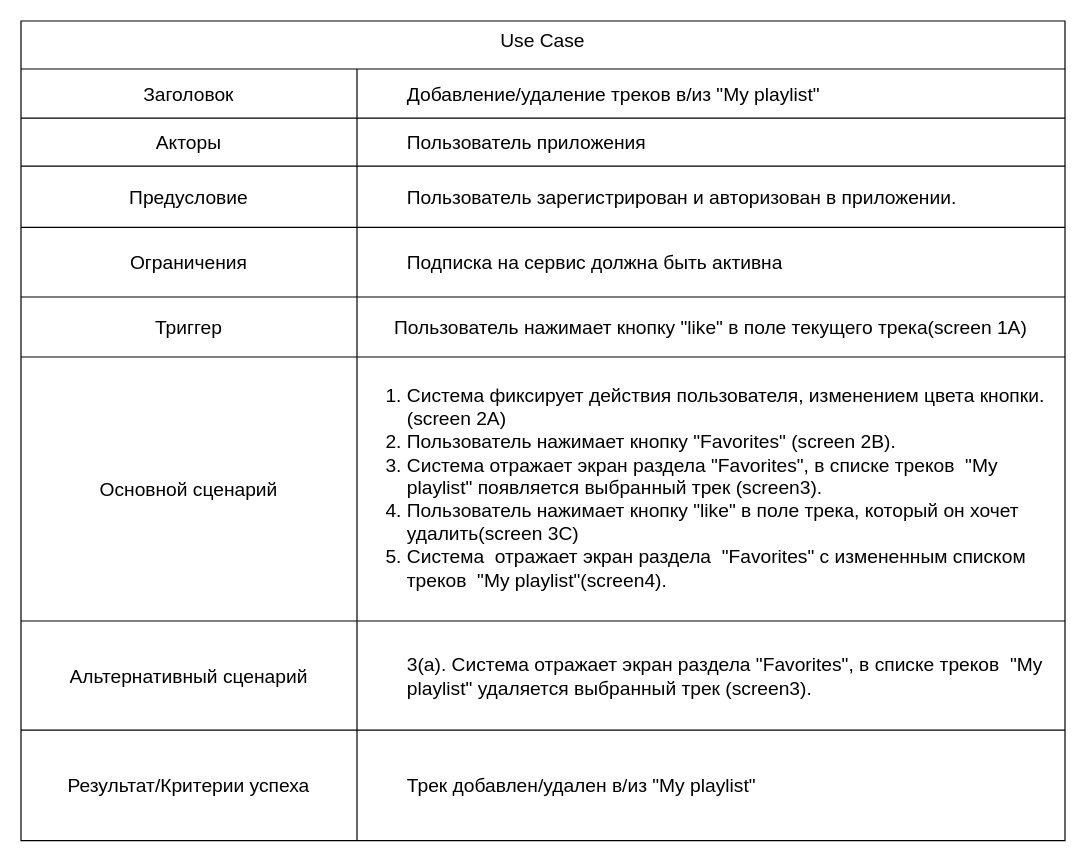
Before: Khalmatova_Kristina/UseCase/UseCase.drawio in abdullahproff/BSA21_1, a draw.io diagram. Source tidied: cells renumbered, new cells numbered last; positions are measured from the earlier drawing's top-left corner, leaving out a move shared by most shapes. Both pictures are drawn from the tidied source at 120%, with x=0, y=0 at pixel (20, 20).
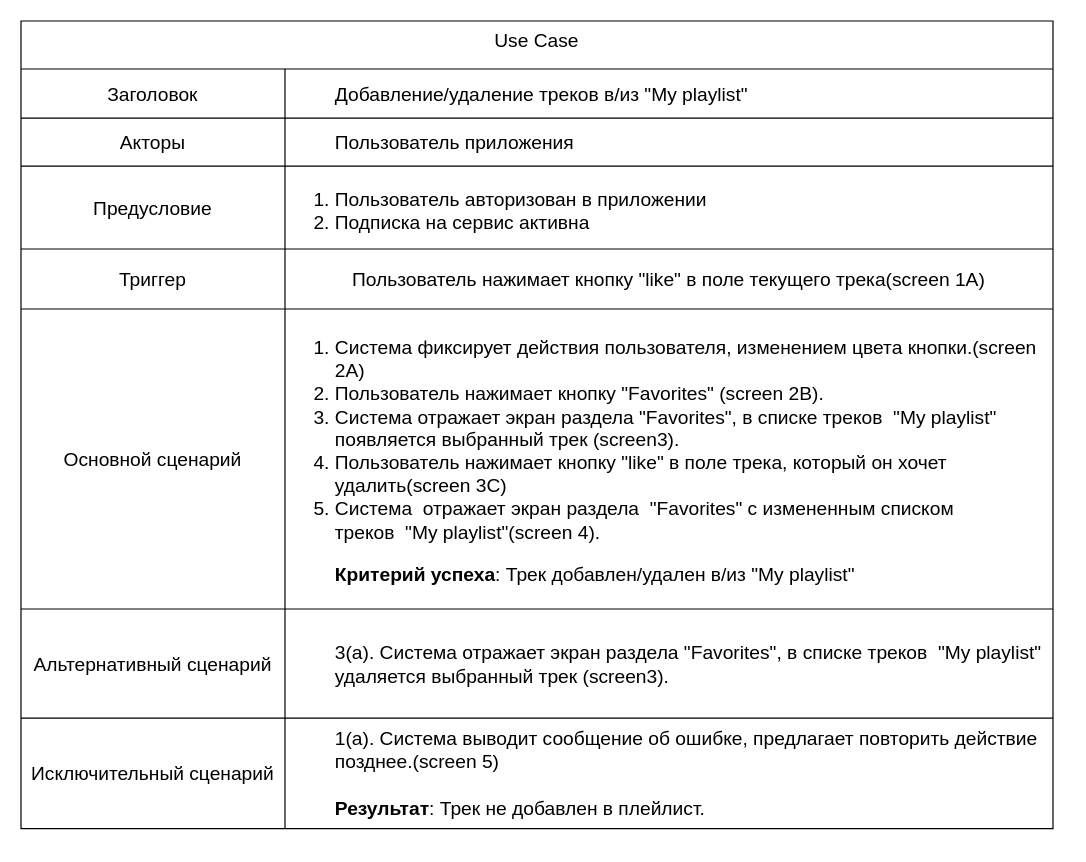
The same page after the edit.

Diff of the diagram source:
```diff
@@
     <mxCell id="2" value="Use Case" style="shape=table;startSize=40;childLayout=tableLayout;strokeColor=default;fontSize=16;verticalAlign=top;" parent="1" vertex="1">
-      <mxGeometry width="870" height="683" as="geometry" />
+      <mxGeometry width="860" height="673" as="geometry" />
     </mxCell>
     <mxCell id="3" style="shape=tableRow;horizontal=0;startSize=0;swimlaneHead=0;swimlaneBody=0;strokeColor=inherit;top=0;left=0;bottom=0;right=0;fillColor=none;fontSize=16;" parent="2" vertex="1">
-      <mxGeometry y="40" width="870" height="41" as="geometry" />
+      <mxGeometry y="40" width="860" height="41" as="geometry" />
     </mxCell>
     <mxCell id="4" value="Заголовок" style="shape=partialRectangle;html=1;whiteSpace=wrap;strokeColor=inherit;overflow=hidden;fillColor=none;top=0;left=0;bottom=0;right=0;fontSize=16;" parent="3" vertex="1">
-      <mxGeometry width="280" height="41" as="geometry" />
+      <mxGeometry width="220" height="41" as="geometry" />
     </mxCell>
     <mxCell id="5" value="&lt;blockquote style=&quot;margin: 0 0 0 40px; border: none; padding: 0px;&quot;&gt;Добавление/удаление треков в/из &quot;My playlist&quot;&amp;nbsp;&lt;/blockquote&gt;" style="shape=partialRectangle;html=1;whiteSpace=wrap;strokeColor=inherit;overflow=hidden;fillColor=none;top=0;left=0;bottom=0;right=0;fontSize=16;align=left;" parent="3" vertex="1">
-      <mxGeometry x="280" width="590" height="41" as="geometry" />
+      <mxGeometry x="220" width="640" height="41" as="geometry" />
     </mxCell>
     <mxCell id="6" style="shape=tableRow;horizontal=0;startSize=0;swimlaneHead=0;swimlaneBody=0;strokeColor=inherit;top=0;left=0;bottom=0;right=0;fillColor=none;fontSize=16;" parent="2" vertex="1">
-      <mxGeometry y="81" width="870" height="40" as="geometry" />
+      <mxGeometry y="81" width="860" height="40" as="geometry" />
     </mxCell>
     <mxCell id="7" value="Акторы" style="shape=partialRectangle;html=1;whiteSpace=wrap;strokeColor=inherit;overflow=hidden;fillColor=none;top=0;left=0;bottom=0;right=0;fontSize=16;" parent="6" vertex="1">
-      <mxGeometry width="280" height="40" as="geometry" />
+      <mxGeometry width="220" height="40" as="geometry" />
     </mxCell>
     <mxCell id="8" value="&lt;blockquote style=&quot;margin: 0 0 0 40px; border: none; padding: 0px;&quot;&gt;Пользователь приложения&lt;/blockquote&gt;" style="shape=partialRectangle;html=1;whiteSpace=wrap;strokeColor=inherit;overflow=hidden;fillColor=none;top=0;left=0;bottom=0;right=0;fontSize=16;align=left;" parent="6" vertex="1">
-      <mxGeometry x="280" width="590" height="40" as="geometry" />
+      <mxGeometry x="220" width="640" height="40" as="geometry" />
     </mxCell>
     <mxCell id="9" style="shape=tableRow;horizontal=0;startSize=0;swimlaneHead=0;swimlaneBody=0;strokeColor=inherit;top=0;left=0;bottom=0;right=0;fillColor=none;fontSize=16;" parent="2" vertex="1">
-      <mxGeometry y="121" width="870" height="51" as="geometry" />
+      <mxGeometry y="121" width="860" height="69" as="geometry" />
     </mxCell>
     <mxCell id="10" value="Предусловие" style="shape=partialRectangle;html=1;whiteSpace=wrap;strokeColor=inherit;overflow=hidden;fillColor=none;top=0;left=0;bottom=0;right=0;fontSize=16;" parent="9" vertex="1">
-      <mxGeometry width="280" height="51" as="geometry" />
+      <mxGeometry width="220" height="69" as="geometry" />
     </mxCell>
-    <mxCell id="11" value="&lt;blockquote style=&quot;margin: 0 0 0 40px; border: none; padding: 0px;&quot;&gt;Пользователь зарегистрирован и авторизован в приложении.&lt;/blockquote&gt;" style="shape=partialRectangle;html=1;whiteSpace=wrap;strokeColor=inherit;overflow=hidden;fillColor=none;top=0;left=0;bottom=0;right=0;fontSize=16;align=left;" parent="9" vertex="1">
-      <mxGeometry x="280" width="590" height="51" as="geometry" />
+    <mxCell id="11" value="&lt;ol&gt;&lt;li&gt;&lt;span style=&quot;background-color: initial;&quot;&gt;Пользователь авторизован в приложении&lt;/span&gt;&lt;/li&gt;&lt;li&gt;&lt;span style=&quot;background-color: initial;&quot;&gt;Подписка на сервис активна&lt;br&gt;&lt;/span&gt;&lt;/li&gt;&lt;/ol&gt;" style="shape=partialRectangle;html=1;whiteSpace=wrap;strokeColor=inherit;overflow=hidden;fillColor=none;top=0;left=0;bottom=0;right=0;fontSize=16;align=left;" parent="9" vertex="1">
+      <mxGeometry x="220" width="640" height="69" as="geometry" />
     </mxCell>
-    <mxCell id="12" style="shape=tableRow;horizontal=0;startSize=0;swimlaneHead=0;swimlaneBody=0;strokeColor=inherit;top=0;left=0;bottom=0;right=0;fillColor=none;fontSize=16;" parent="2" vertex="1">
-      <mxGeometry y="172" width="870" height="58" as="geometry" />
-    </mxCell>
-    <mxCell id="13" value="Ограничения" style="shape=partialRectangle;html=1;whiteSpace=wrap;strokeColor=inherit;overflow=hidden;fillColor=none;top=0;left=0;bottom=0;right=0;fontSize=16;" parent="12" vertex="1">
-      <mxGeometry width="280" height="58" as="geometry" />
-    </mxCell>
-    <mxCell id="14" value="&lt;blockquote style=&quot;margin: 0 0 0 40px; border: none; padding: 0px;&quot;&gt;&lt;span style=&quot;&quot;&gt;Подписка на сервис должна быть активна&lt;/span&gt;&lt;/blockquote&gt;" style="shape=partialRectangle;html=1;whiteSpace=wrap;strokeColor=inherit;overflow=hidden;fillColor=none;top=0;left=0;bottom=0;right=0;fontSize=16;align=left;" parent="12" vertex="1">
-      <mxGeometry x="280" width="590" height="58" as="geometry" />
-    </mxCell>
     <mxCell id="15" style="shape=tableRow;horizontal=0;startSize=0;swimlaneHead=0;swimlaneBody=0;strokeColor=inherit;top=0;left=0;bottom=0;right=0;fillColor=none;fontSize=16;" parent="2" vertex="1">
-      <mxGeometry y="230" width="870" height="50" as="geometry" />
+      <mxGeometry y="190" width="860" height="50" as="geometry" />
     </mxCell>
     <mxCell id="16" value="Триггер" style="shape=partialRectangle;html=1;whiteSpace=wrap;strokeColor=inherit;overflow=hidden;fillColor=none;top=0;left=0;bottom=0;right=0;fontSize=16;" parent="15" vertex="1">
-      <mxGeometry width="280" height="50" as="geometry" />
+      <mxGeometry width="220" height="50" as="geometry" />
     </mxCell>
     <mxCell id="17" value="Пользователь нажимает кнопку &quot;like&quot; в поле текущего трека(screen 1A)" style="shape=partialRectangle;html=1;whiteSpace=wrap;strokeColor=inherit;overflow=hidden;fillColor=none;top=0;left=0;bottom=0;right=0;fontSize=16;" parent="15" vertex="1">
-      <mxGeometry x="280" width="590" height="50" as="geometry" />
+      <mxGeometry x="220" width="640" height="50" as="geometry" />
     </mxCell>
     <mxCell id="18" style="shape=tableRow;horizontal=0;startSize=0;swimlaneHead=0;swimlaneBody=0;strokeColor=inherit;top=0;left=0;bottom=0;right=0;fillColor=none;fontSize=16;verticalAlign=top;" parent="2" vertex="1">
-      <mxGeometry y="280" width="870" height="220" as="geometry" />
+      <mxGeometry y="240" width="860" height="250" as="geometry" />
     </mxCell>
     <mxCell id="19" value="Основной сценарий" style="shape=partialRectangle;html=1;whiteSpace=wrap;strokeColor=inherit;overflow=hidden;fillColor=none;top=0;left=0;bottom=0;right=0;fontSize=16;" parent="18" vertex="1">
-      <mxGeometry width="280" height="220" as="geometry" />
+      <mxGeometry width="220" height="250" as="geometry" />
     </mxCell>
-    <mxCell id="20" value="&lt;ol&gt;&lt;li&gt;Система фиксирует действия пользователя, изменением цвета кнопки.(screen 2A)&lt;/li&gt;&lt;li&gt;Пользователь нажимает кнопку &quot;Favorites&quot; (screen 2B).&lt;/li&gt;&lt;li&gt;Система отражает экран раздела &quot;Favorites&quot;, в списке треков&amp;nbsp;&amp;nbsp;&lt;span style=&quot;text-align: center;&quot;&gt;&quot;My playlist&quot; появляется выбранный трек (screen3).&lt;/span&gt;&lt;/li&gt;&lt;li&gt;Пользователь нажимает кнопку &quot;like&quot; в поле трека, который он хочет удалить(screen 3C)&lt;/li&gt;&lt;li&gt;Система&amp;nbsp; отражает экран раздела&amp;nbsp;&amp;nbsp;&quot;Favorites&quot; с измененным списком треков&amp;nbsp;&amp;nbsp;&lt;span style=&quot;text-align: center;&quot;&gt;&quot;My playlist&quot;(screen4).&amp;nbsp;&lt;/span&gt;&lt;/li&gt;&lt;/ol&gt;" style="shape=partialRectangle;html=1;whiteSpace=wrap;strokeColor=inherit;overflow=hidden;fillColor=none;top=0;left=0;bottom=0;right=0;fontSize=16;align=left;verticalAlign=top;" parent="18" vertex="1">
-      <mxGeometry x="280" width="590" height="220" as="geometry" />
+    <mxCell id="20" value="&lt;ol&gt;&lt;li&gt;Система фиксирует действия пользователя, изменением цвета кнопки.(screen 2A)&lt;/li&gt;&lt;li&gt;Пользователь нажимает кнопку &quot;Favorites&quot; (screen 2B).&lt;/li&gt;&lt;li&gt;Система отражает экран раздела &quot;Favorites&quot;, в списке треков&amp;nbsp;&amp;nbsp;&lt;span style=&quot;text-align: center;&quot;&gt;&quot;My playlist&quot; появляется выбранный трек (screen3).&lt;/span&gt;&lt;/li&gt;&lt;li&gt;Пользователь нажимает кнопку &quot;like&quot; в поле трека, который он хочет удалить(screen 3C)&lt;/li&gt;&lt;li&gt;Система&amp;nbsp; отражает экран раздела&amp;nbsp;&amp;nbsp;&quot;Favorites&quot; с измененным списком треков&amp;nbsp;&amp;nbsp;&lt;span style=&quot;text-align: center;&quot;&gt;&quot;My playlist&quot;(screen 4).&amp;nbsp;&lt;/span&gt;&lt;/li&gt;&lt;/ol&gt;&lt;blockquote style=&quot;margin: 0 0 0 40px; border: none; padding: 0px;&quot;&gt;&lt;div style=&quot;&quot;&gt;&lt;b&gt;Критерий успеха&lt;/b&gt;:&amp;nbsp;&lt;span style=&quot;background-color: initial;&quot;&gt;Трек добавлен/удален в/из &quot;My playlist&quot;&lt;/span&gt;&lt;/div&gt;&lt;/blockquote&gt;" style="shape=partialRectangle;html=1;whiteSpace=wrap;strokeColor=inherit;overflow=hidden;fillColor=none;top=0;left=0;bottom=0;right=0;fontSize=16;align=left;verticalAlign=top;" parent="18" vertex="1">
+      <mxGeometry x="220" width="640" height="250" as="geometry" />
     </mxCell>
     <mxCell id="21" style="shape=tableRow;horizontal=0;startSize=0;swimlaneHead=0;swimlaneBody=0;strokeColor=inherit;top=0;left=0;bottom=0;right=0;fillColor=none;fontSize=16;" parent="2" vertex="1">
-      <mxGeometry y="500" width="870" height="91" as="geometry" />
+      <mxGeometry y="490" width="860" height="91" as="geometry" />
     </mxCell>
     <mxCell id="22" value="Альтернативный сценарий" style="shape=partialRectangle;html=1;whiteSpace=wrap;strokeColor=inherit;overflow=hidden;fillColor=none;top=0;left=0;bottom=0;right=0;fontSize=16;" parent="21" vertex="1">
-      <mxGeometry width="280" height="91" as="geometry" />
+      <mxGeometry width="220" height="91" as="geometry" />
     </mxCell>
     <mxCell id="23" value="&lt;blockquote style=&quot;margin: 0 0 0 40px; border: none; padding: 0px;&quot;&gt;&lt;span style=&quot;background-color: initial;&quot;&gt;3(a). Система отражает экран раздела &quot;Favorites&quot;, в списке треков&amp;nbsp;&amp;nbsp;&lt;/span&gt;&lt;span style=&quot;background-color: initial; text-align: center;&quot;&gt;&quot;My playlist&quot; удаляется выбранный трек (screen3).&lt;/span&gt;&lt;/blockquote&gt;" style="shape=partialRectangle;html=1;whiteSpace=wrap;strokeColor=inherit;overflow=hidden;fillColor=none;top=0;left=0;bottom=0;right=0;fontSize=16;align=left;" parent="21" vertex="1">
-      <mxGeometry x="280" width="590" height="91" as="geometry" />
+      <mxGeometry x="220" width="640" height="91" as="geometry" />
     </mxCell>
     <mxCell id="24" style="shape=tableRow;horizontal=0;startSize=0;swimlaneHead=0;swimlaneBody=0;strokeColor=inherit;top=0;left=0;bottom=0;right=0;fillColor=none;fontSize=16;" parent="2" vertex="1">
-      <mxGeometry y="591" width="870" height="92" as="geometry" />
+      <mxGeometry y="581" width="860" height="92" as="geometry" />
     </mxCell>
-    <mxCell id="25" value="Результат/Критерии успеха" style="shape=partialRectangle;html=1;whiteSpace=wrap;strokeColor=inherit;overflow=hidden;fillColor=none;top=0;left=0;bottom=0;right=0;fontSize=16;" parent="24" vertex="1">
-      <mxGeometry width="280" height="92" as="geometry" />
+    <mxCell id="25" value="Исключительный сценарий" style="shape=partialRectangle;html=1;whiteSpace=wrap;strokeColor=inherit;overflow=hidden;fillColor=none;top=0;left=0;bottom=0;right=0;fontSize=16;" parent="24" vertex="1">
+      <mxGeometry width="220" height="92" as="geometry" />
     </mxCell>
-    <mxCell id="26" value="&lt;blockquote style=&quot;margin: 0 0 0 40px; border: none; padding: 0px;&quot;&gt;Трек добавлен/удален в/из &quot;My playlist&quot;&lt;/blockquote&gt;" style="shape=partialRectangle;html=1;whiteSpace=wrap;strokeColor=inherit;overflow=hidden;fillColor=none;top=0;left=0;bottom=0;right=0;fontSize=16;align=left;" parent="24" vertex="1">
-      <mxGeometry x="280" width="590" height="92" as="geometry" />
+    <mxCell id="26" value="&lt;blockquote style=&quot;margin: 0 0 0 40px; border: none; padding: 0px;&quot;&gt;1(a). Система выводит сообщение об ошибке, предлагает повторить действие позднее.(screen 5)&lt;/blockquote&gt;&lt;blockquote style=&quot;margin: 0 0 0 40px; border: none; padding: 0px;&quot;&gt;&lt;br&gt;&lt;/blockquote&gt;&lt;blockquote style=&quot;margin: 0 0 0 40px; border: none; padding: 0px;&quot;&gt;&lt;b&gt;Результат&lt;/b&gt;: Трек не добавлен в плейлист.&lt;/blockquote&gt;" style="shape=partialRectangle;html=1;whiteSpace=wrap;strokeColor=inherit;overflow=hidden;fillColor=none;top=0;left=0;bottom=0;right=0;fontSize=16;align=left;" parent="24" vertex="1">
+      <mxGeometry x="220" width="640" height="92" as="geometry" />
     </mxCell>
```
